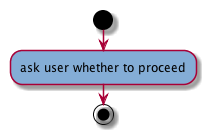
Above: flowdoc/aux_files/cFmain.png in jlopezvi/Flowgen (PlantUML), before the change.
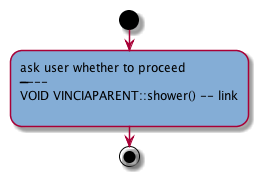
Later version of the same file.

Diff of the diagram source:
```diff
@@ -2,7 +2,7 @@
 
 start
  skinparam activityBackgroundColor #white
-:#84add6:ask user whether to proceed;
+:#84add6:ask user whether to proceed\n--------\nVOID VINCIAPARENT::shower() -- [[source1.html#cCVINCIAPARENTFshower link]]\n;
 
 stop
 
```
